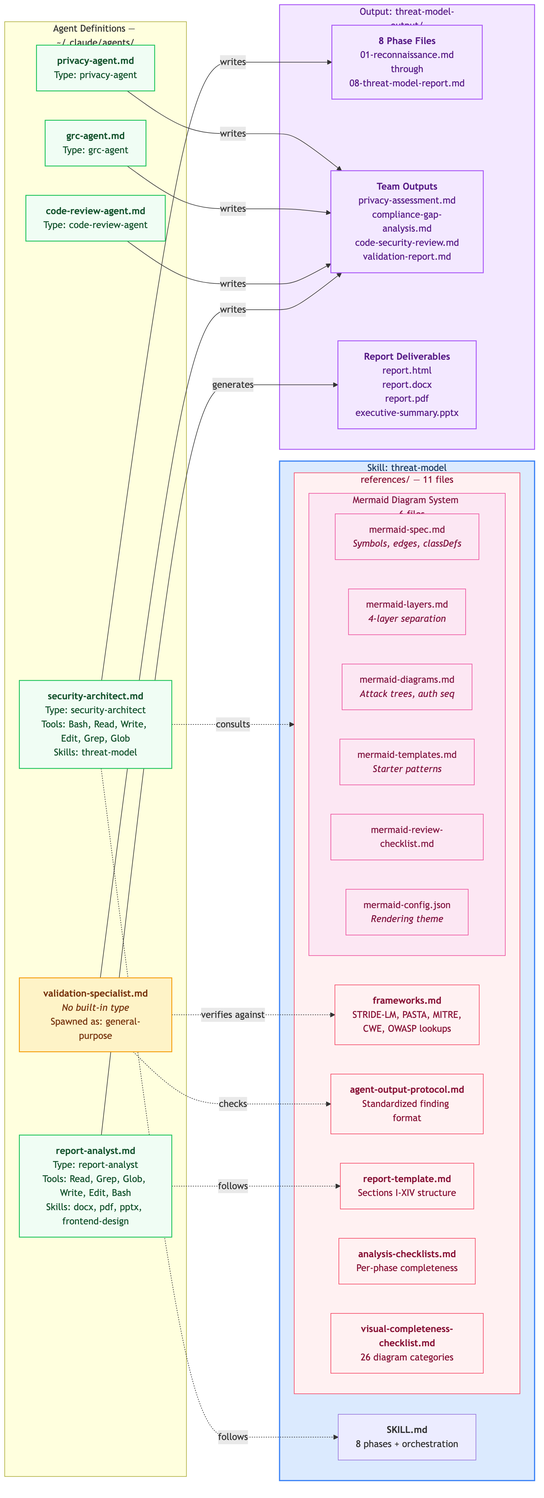
Before: docs/diagrams/component-map.png, a diagram exported from Mermaid (trwilcoxson/claude-agents). Its source is kept beside it as docs/diagrams/component-map.mmd.
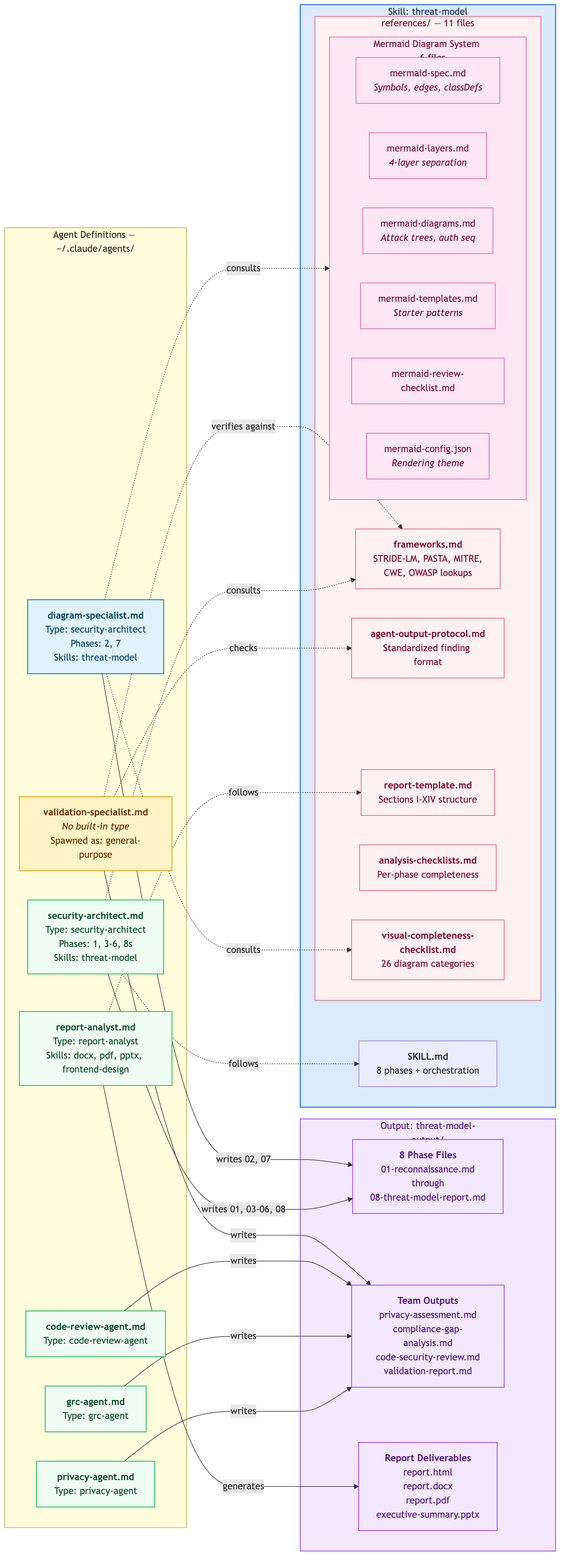
After the change.

Commit message:
Extract diagram-specialist to reduce security-architect context rot

What changed in the source:
```diff
@@ -27,8 +27,9 @@
 
     subgraph Agents["Agent Definitions — ~/.claude/agents/"]
         direction TB
-        SA["<b>security-architect.md</b><br/>Type: security-architect<br/>Tools: Bash, Read, Write, Edit, Grep, Glob<br/>Skills: threat-model"]
-        RA["<b>report-analyst.md</b><br/>Type: report-analyst<br/>Tools: Read, Grep, Glob, Write, Edit, Bash<br/>Skills: docx, pdf, pptx, frontend-design"]
+        SA["<b>security-architect.md</b><br/>Type: security-architect<br/>Phases: 1, 3-6, 8s<br/>Skills: threat-model"]
+        DS["<b>diagram-specialist.md</b><br/>Type: security-architect<br/>Phases: 2, 7<br/>Skills: threat-model"]
+        RA["<b>report-analyst.md</b><br/>Type: report-analyst<br/>Skills: docx, pdf, pptx, frontend-design"]
         CR["<b>code-review-agent.md</b><br/>Type: code-review-agent"]
         PA["<b>privacy-agent.md</b><br/>Type: privacy-agent"]
         GRC["<b>grc-agent.md</b><br/>Type: grc-agent"]
@@ -42,7 +43,8 @@
         R["<b>Report Deliverables</b><br/>report.html<br/>report.docx<br/>report.pdf<br/>executive-summary.pptx"]
     end
 
-    SA -->|"writes"| P
+    SA -->|"writes 01, 03-06, 08"| P
+    DS -->|"writes 02, 07"| P
     PA -->|"writes"| T
     GRC -->|"writes"| T
     CR -->|"writes"| T
@@ -50,7 +52,9 @@
     RA -->|"generates"| R
 
     SA -.->|"follows"| SKILL
-    SA -.->|"consults"| RefFiles
+    SA -.->|"consults"| FW
+    DS -.->|"consults"| MermaidRefs
+    DS -.->|"consults"| VCC
     RA -.->|"follows"| RT
     VS -.->|"verifies against"| FW
     VS -.->|"checks"| AOP
@@ -59,6 +63,7 @@
     classDef ref fill:#fff1f2,stroke:#f43f5e,stroke-width:1px,color:#881337
     classDef mermaid fill:#fce7f3,stroke:#ec4899,stroke-width:1px,color:#831843
     classDef agent fill:#f0fdf4,stroke:#22c55e,stroke-width:1.5px,color:#14532d
+    classDef diagram fill:#e0f2fe,stroke:#0284c7,stroke-width:1.5px,color:#0c4a6e
     classDef special fill:#fef3c7,stroke:#f59e0b,stroke-width:1.5px,color:#78350f
     classDef output fill:#f3e8ff,stroke:#a855f7,stroke-width:1.5px,color:#581c87
 
@@ -66,5 +71,6 @@
     class RefFiles,FW,AOP,RT,AC,VCC ref
     class MermaidRefs,MS,ML,MD,MT,MRC,MC mermaid
     class SA,RA,CR,PA,GRC agent
+    class DS diagram
     class VS special
     class Output,P,T,R output
```
